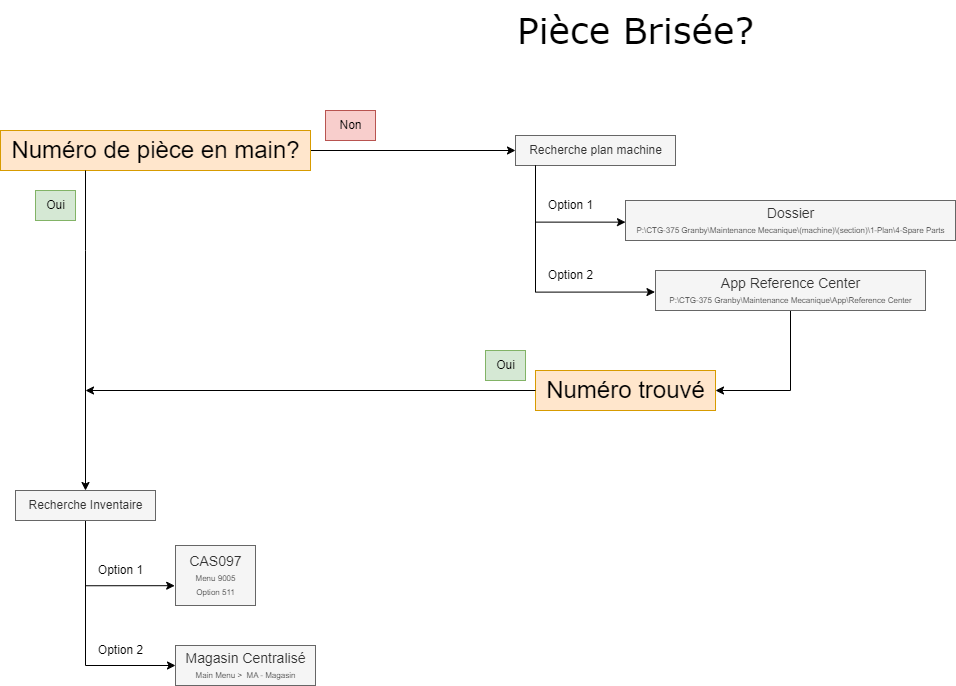
Above: PieceBrisé.drawio.png in FredGadou/DrawIO (draw.io), before the change. Source tidied: cells renumbered, new cells last; positions are measured from the earlier drawing's top-left corner, leaving out a move shared by most shapes.
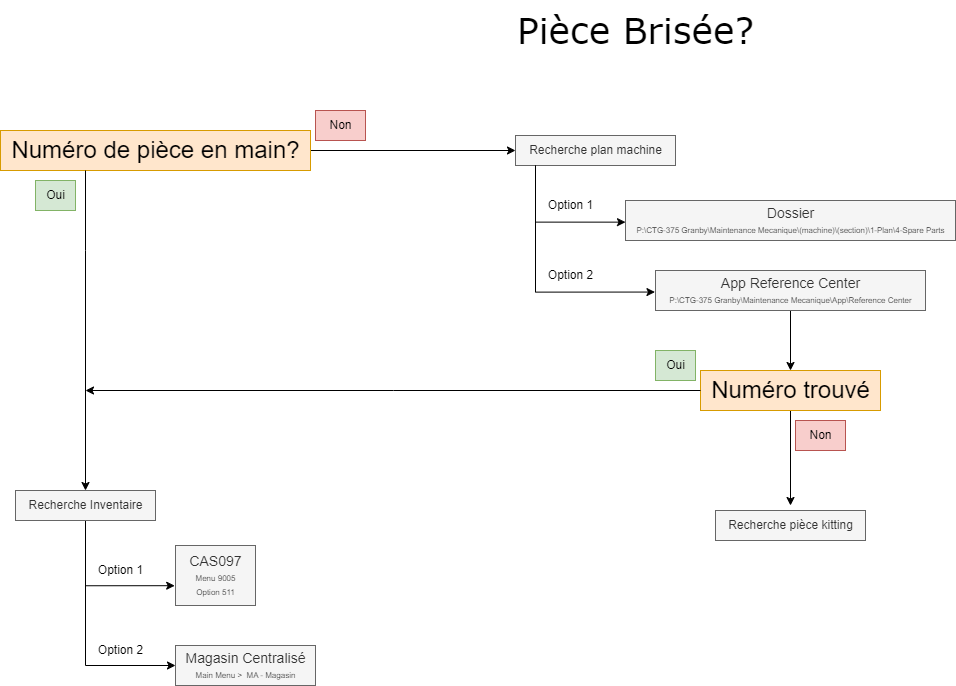
The same file after the commit.

Change to the diagram source:
```diff
@@ -15,7 +15,7 @@
       <mxGeometry x="515" y="135" width="160" height="30" as="geometry" />
     </mxCell>
     <mxCell id="6" value="Non" style="text;html=1;align=center;verticalAlign=middle;strokeColor=#b85450;fillColor=#f8cecc;" parent="1" vertex="1">
-      <mxGeometry x="325" y="110" width="50" height="30" as="geometry" />
+      <mxGeometry x="315" y="110" width="50" height="30" as="geometry" />
     </mxCell>
     <mxCell id="7" value="&lt;font style=&quot;font-size: 14px;&quot;&gt;Dossier&lt;/font&gt;&lt;div&gt;&lt;font style=&quot;font-size: 8px;&quot;&gt;P:\CTG-375 Granby\Maintenance Mecanique\(machine)\(section)\1-Plan\4-Spare Parts&lt;/font&gt;&lt;/div&gt;" style="text;html=1;align=center;verticalAlign=middle;points=[];fillColor=#f5f5f5;fontColor=#333333;strokeColor=#666666;" parent="1" vertex="1">
       <mxGeometry x="625" y="200" width="330" height="40" as="geometry" />
@@ -76,7 +76,7 @@
       </mxGeometry>
     </mxCell>
     <mxCell id="18" value="Oui" style="text;html=1;align=center;verticalAlign=middle;strokeColor=#82b366;fillColor=#d5e8d4;" parent="1" vertex="1">
-      <mxGeometry x="35" y="190" width="40" height="30" as="geometry" />
+      <mxGeometry x="35" y="180" width="40" height="30" as="geometry" />
     </mxCell>
     <mxCell id="19" value="&lt;span style=&quot;font-size: 14px;&quot;&gt;CAS097&lt;/span&gt;&lt;div style=&quot;&quot;&gt;&lt;font style=&quot;font-size: 8px;&quot;&gt;Menu 9005&lt;/font&gt;&lt;/div&gt;&lt;div style=&quot;&quot;&gt;&lt;font style=&quot;font-size: 8px;&quot;&gt;Option 511&lt;/font&gt;&lt;/div&gt;" style="text;html=1;align=center;verticalAlign=middle;points=[];fillColor=#f5f5f5;fontColor=#333333;strokeColor=#666666;" parent="1" vertex="1">
       <mxGeometry x="175" y="545" width="80" height="60" as="geometry" />
@@ -90,8 +90,13 @@
     <mxCell id="22" value="Option 2" style="text;html=1;align=center;verticalAlign=middle;strokeColor=none;fillColor=none;" parent="1" vertex="1">
       <mxGeometry x="85" y="635" width="70" height="30" as="geometry" />
     </mxCell>
+    <mxCell id="26" style="edgeStyle=orthogonalEdgeStyle;rounded=0;jettySize=auto;html=1;" parent="1" edge="1" source="23">
+      <mxGeometry relative="1" as="geometry">
+        <mxPoint x="790" y="505" as="targetPoint" />
+      </mxGeometry>
+    </mxCell>
     <mxCell id="23" value="&lt;font style=&quot;font-size: 24px;&quot;&gt;Numéro trouvé&lt;/font&gt;" style="text;html=1;align=center;verticalAlign=middle;points=[];strokeColor=#d79b00;fillColor=#ffe6cc;" parent="1" vertex="1">
-      <mxGeometry x="535" y="370" width="180" height="40" as="geometry" />
+      <mxGeometry x="700" y="370" width="180" height="40" as="geometry" />
     </mxCell>
     <mxCell id="24" style="edgeStyle=orthogonalEdgeStyle;rounded=0;jettySize=auto;html=1;" parent="1" edge="1" source="23">
       <mxGeometry relative="1" as="geometry">
@@ -99,7 +104,13 @@
       </mxGeometry>
     </mxCell>
     <mxCell id="25" value="Oui" style="text;html=1;align=center;verticalAlign=middle;strokeColor=#82b366;fillColor=#d5e8d4;" parent="1" vertex="1">
-      <mxGeometry x="485" y="350" width="40" height="30" as="geometry" />
+      <mxGeometry x="655" y="350" width="40" height="30" as="geometry" />
     </mxCell>
+    <mxCell id="27" value="Non" style="text;html=1;align=center;verticalAlign=middle;strokeColor=#b85450;fillColor=#f8cecc;" parent="1" vertex="1">
+      <mxGeometry x="795" y="420" width="50" height="30" as="geometry" />
+    </mxCell>
+    <mxCell id="28" value="Recherche pièce kitting" style="text;html=1;align=center;verticalAlign=middle;strokeColor=#666666;fillColor=#f5f5f5;fontColor=#333333;" parent="1" vertex="1">
+      <mxGeometry x="715" y="510" width="150" height="30" as="geometry" />
+    </mxCell>
   </root>
 </mxGraphModel>
```
